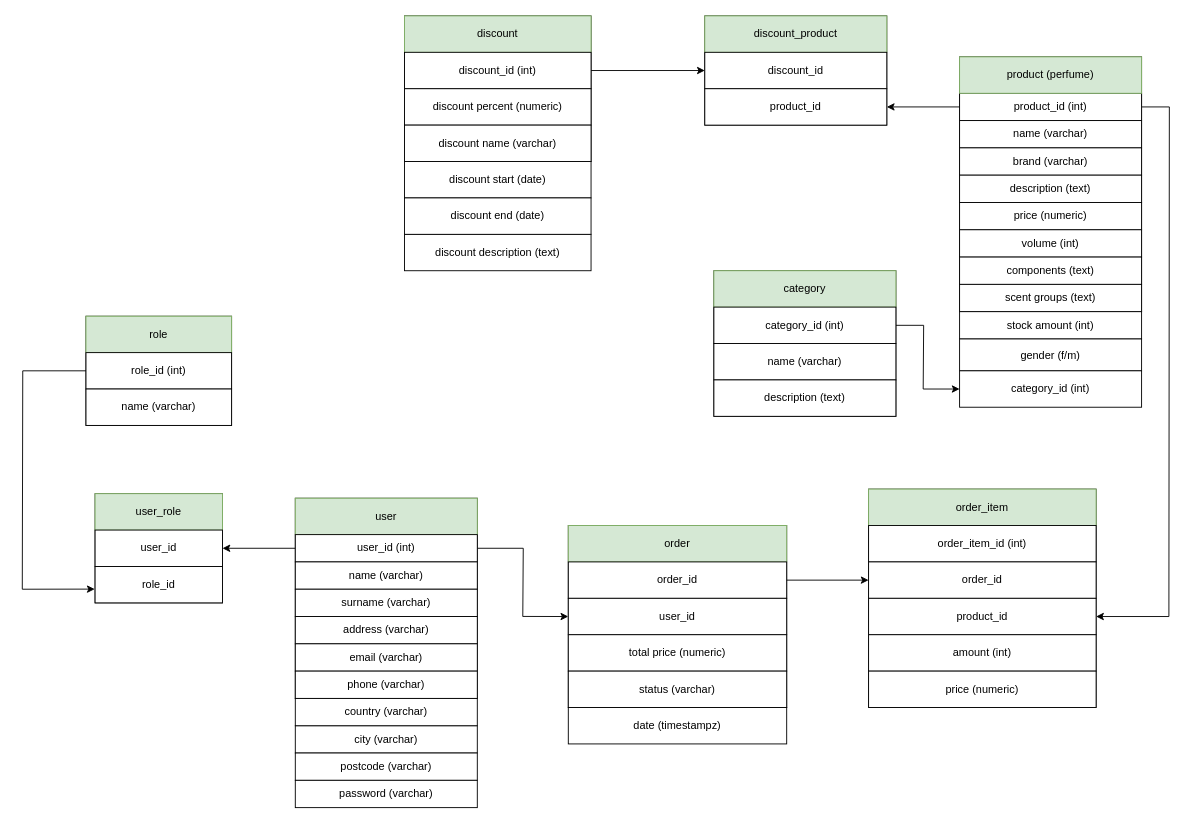
Before: backend/db_scheme.drawio in ekaterinapetukhova/online-perfume-shopping, a draw.io diagram. Source tidied: cells renumbered, new cells numbered last; positions are measured from the earlier drawing's top-left corner, leaving out a move shared by most shapes. Both pictures are drawn from the tidied source at 91%, with x=0, y=0 at pixel (22, 15).
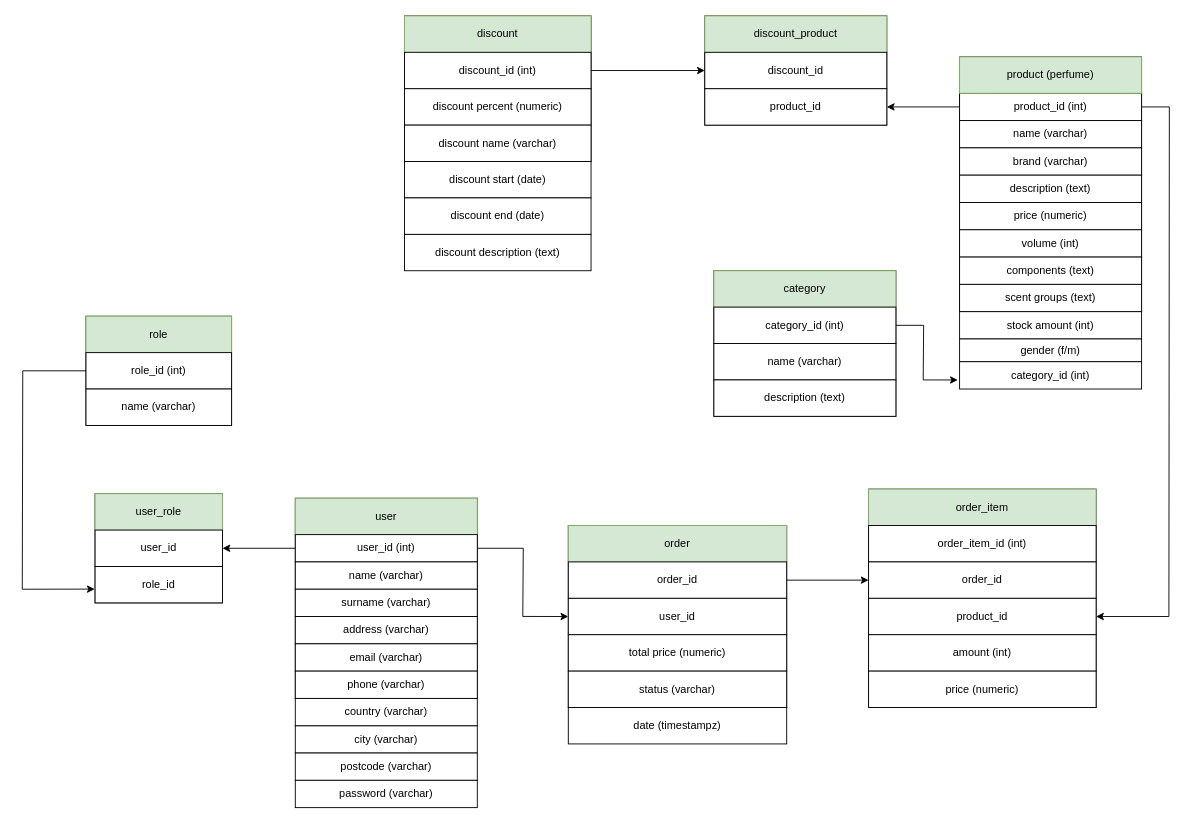
After the change.

Unchanged cells that the change refers to:
```xml
<mxCell id="29" value="category_id (int)" style="rounded=0;whiteSpace=wrap;html=1;" parent="1" vertex="1">
  <mxGeometry x="760" y="320" width="200" height="40" as="geometry" />
</mxCell>
```

What changed in the source:
```diff
@@
     <mxCell id="28" style="edgeStyle=orthogonalEdgeStyle;rounded=0;jettySize=auto;html=1;exitX=1;exitY=0.5;exitDx=0;exitDy=0;endArrow=none;endFill=0;" parent="1" edge="1" source="29">
       <mxGeometry relative="1" as="geometry">
-        <mxPoint x="990" y="410" as="targetPoint" />
+        <mxPoint x="990" y="400" as="targetPoint" />
       </mxGeometry>
     </mxCell>
@@
     <mxCell id="77" value="gender (f/m)" style="rounded=0;whiteSpace=wrap;html=1;" parent="1" vertex="1">
-      <mxGeometry x="1030" y="355" width="200" height="35" as="geometry" />
+      <mxGeometry x="1030" y="355" width="200" height="25" as="geometry" />
     </mxCell>
@@
-    <mxCell id="79" style="edgeStyle=none;rounded=0;jettySize=auto;html=1;exitX=0;exitY=0.5;exitDx=0;exitDy=0;endArrow=none;endFill=0;startArrow=classic;startFill=1;" parent="1" edge="1" source="80">
+    <mxCell id="79" style="edgeStyle=none;rounded=0;jettySize=auto;html=1;exitX=-0.01;exitY=0.669;exitDx=0;exitDy=0;endArrow=none;endFill=0;startArrow=classic;startFill=1;exitPerimeter=0;" parent="1" edge="1" source="80">
       <mxGeometry relative="1" as="geometry">
-        <mxPoint x="990" y="410" as="targetPoint" />
+        <mxPoint x="990" y="400" as="targetPoint" />
       </mxGeometry>
     </mxCell>
     <mxCell id="80" value="category_id (int)" style="rounded=0;whiteSpace=wrap;html=1;" parent="1" vertex="1">
-      <mxGeometry x="1030" y="390" width="200" height="40" as="geometry" />
+      <mxGeometry x="1030" y="380" width="200" height="30" as="geometry" />
     </mxCell>
```
